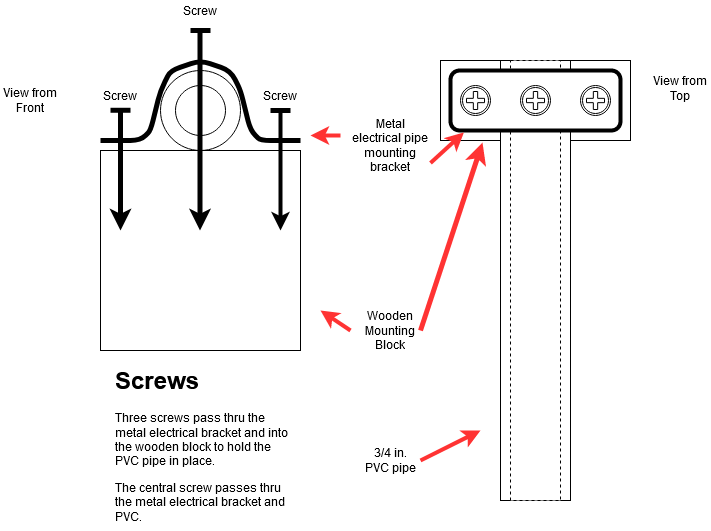
Before: images/pvcAttachmentToWoodMountingBlock.png, a diagram exported from draw.io (TrackerLounge/LittleWing). Source tidied: cells renumbered, new cells last; positions are measured from the earlier drawing's top-left corner, leaving out a move shared by most shapes.
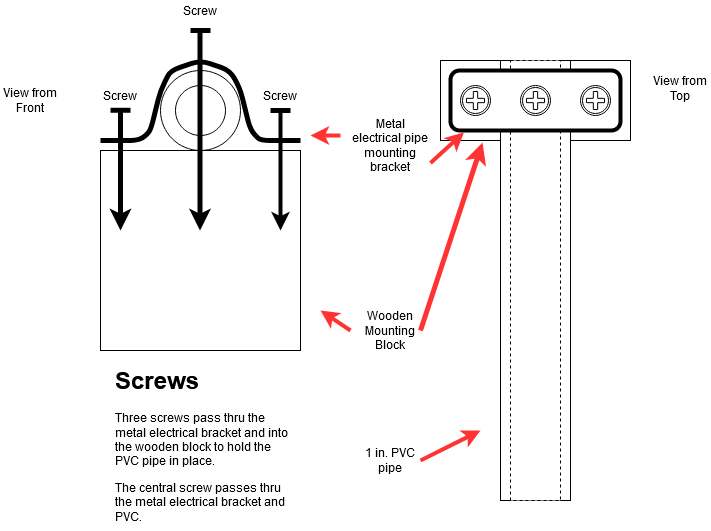
After the commit.

Change to the diagram source:
```diff
@@ -75,7 +75,7 @@
         <mxPoint x="480" y="430" as="targetPoint" />
       </mxGeometry>
     </mxCell>
-    <mxCell id="17" value="3/4 in. PVC pipe" style="text;html=1;strokeColor=none;fillColor=none;align=center;verticalAlign=middle;whiteSpace=wrap;rounded=0;dashed=1;" parent="1" vertex="1">
+    <mxCell id="17" value="1 in. PVC pipe" style="text;html=1;strokeColor=none;fillColor=none;align=center;verticalAlign=middle;whiteSpace=wrap;rounded=0;dashed=1;" parent="1" vertex="1">
       <mxGeometry x="360" y="440" width="60" height="40" as="geometry" />
     </mxCell>
     <mxCell id="18" style="endArrow=classic;html=1;strokeColor=#FF3333;strokeWidth=4;" parent="1" edge="1">
```
